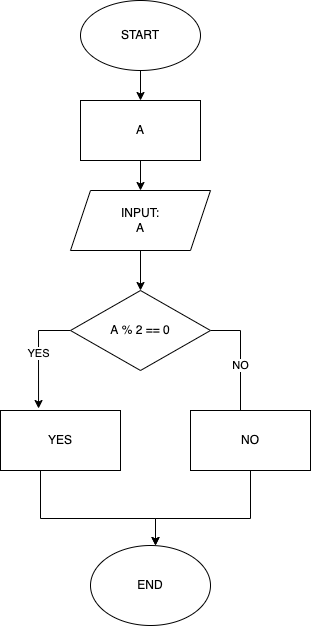
Before: TASK003_S_1/diagram.drawio.png, a diagram exported from draw.io (MarinaArtemyeva/Home_Work_C_Seminar_1). Source tidied: cells renumbered, new cells last; positions are measured from the earlier drawing's top-left corner, leaving out a move shared by most shapes.
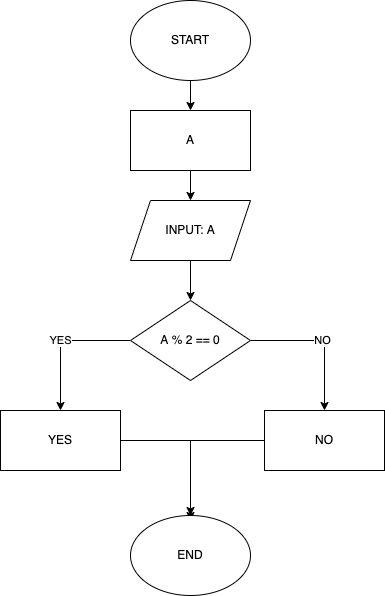
Above is the later version.

Commit message:
Corrected diagram TASK_003_S_1

Change to the diagram source:
```diff
@@ -2,68 +2,49 @@
   <root>
     <mxCell id="0" />
     <mxCell id="1" parent="0" />
-    <mxCell id="2" style="edgeStyle=orthogonalEdgeStyle;rounded=0;jettySize=auto;html=1;" parent="1" edge="1" source="3" target="5">
-      <mxGeometry relative="1" as="geometry" />
-    </mxCell>
+    <mxCell id="15" style="edgeStyle=orthogonalEdgeStyle;rounded=0;jettySize=auto;html=1;" parent="1" edge="1" source="3" target="5">
+      <mxGeometry relative="1" as="geometry" />
+    </mxCell>
     <mxCell id="3" value="START" style="ellipse;whiteSpace=wrap;html=1;" parent="1" vertex="1">
-      <mxGeometry x="80" width="120" height="70" as="geometry" />
+      <mxGeometry x="160" y="-10" width="120" height="80" as="geometry" />
     </mxCell>
-    <mxCell id="4" style="edgeStyle=orthogonalEdgeStyle;rounded=0;jettySize=auto;html=1;entryX=0.5;entryY=0;entryDx=0;entryDy=0;" parent="1" edge="1" source="5" target="7">
+    <mxCell id="4" style="edgeStyle=orthogonalEdgeStyle;rounded=0;jettySize=auto;html=1;" parent="1" edge="1" source="5" target="7">
       <mxGeometry relative="1" as="geometry" />
     </mxCell>
     <mxCell id="5" value="A" style="whiteSpace=wrap;html=1;" parent="1" vertex="1">
-      <mxGeometry x="80" y="100" width="120" height="60" as="geometry" />
+      <mxGeometry x="160" y="100" width="120" height="60" as="geometry" />
     </mxCell>
     <mxCell id="6" style="edgeStyle=orthogonalEdgeStyle;rounded=0;jettySize=auto;html=1;" parent="1" edge="1" source="7" target="10">
       <mxGeometry relative="1" as="geometry" />
     </mxCell>
-    <mxCell id="7" value="INPUT:&lt;br&gt;A" style="shape=parallelogram;perimeter=parallelogramPerimeter;whiteSpace=wrap;html=1;fixedSize=1;" parent="1" vertex="1">
-      <mxGeometry x="70" y="190" width="140" height="60" as="geometry" />
+    <mxCell id="7" value="INPUT: A" style="shape=parallelogram;perimeter=parallelogramPerimeter;whiteSpace=wrap;html=1;fixedSize=1;" parent="1" vertex="1">
+      <mxGeometry x="160" y="190" width="120" height="60" as="geometry" />
     </mxCell>
-    <mxCell id="8" value="YES" style="edgeStyle=orthogonalEdgeStyle;rounded=0;jettySize=auto;html=1;entryX=0.317;entryY=-0.033;entryDx=0;entryDy=0;entryPerimeter=0;" parent="1" edge="1" source="10" target="12">
-      <mxGeometry relative="1" as="geometry">
-        <Array as="points">
-          <mxPoint x="38" y="330" />
-        </Array>
-      </mxGeometry>
-    </mxCell>
+    <mxCell id="16" value="YES" style="edgeStyle=orthogonalEdgeStyle;rounded=0;jettySize=auto;html=1;" parent="1" edge="1" source="10" target="18">
+      <mxGeometry relative="1" as="geometry" />
+    </mxCell>
-    <mxCell id="9" value="NO" style="edgeStyle=orthogonalEdgeStyle;rounded=0;jettySize=auto;html=1;" parent="1" edge="1" source="10">
-      <mxGeometry relative="1" as="geometry">
-        <mxPoint x="240" y="430" as="targetPoint" />
-        <Array as="points">
-          <mxPoint x="240" y="330" />
-        </Array>
-      </mxGeometry>
+    <mxCell id="9" value="NO" style="edgeStyle=orthogonalEdgeStyle;rounded=0;jettySize=auto;html=1;" parent="1" edge="1" source="10" target="14">
+      <mxGeometry relative="1" as="geometry" />
     </mxCell>
     <mxCell id="10" value="A % 2 == 0" style="rhombus;whiteSpace=wrap;html=1;" parent="1" vertex="1">
-      <mxGeometry x="70" y="290" width="140" height="80" as="geometry" />
+      <mxGeometry x="160" y="290" width="120" height="80" as="geometry" />
     </mxCell>
-    <mxCell id="11" style="edgeStyle=orthogonalEdgeStyle;rounded=0;jettySize=auto;html=1;entryX=0.5;entryY=0;entryDx=0;entryDy=0;" parent="1" edge="1" source="12">
-      <mxGeometry relative="1" as="geometry">
-        <mxPoint x="155" y="545" as="targetPoint" />
-        <Array as="points">
-          <mxPoint x="40" y="518" />
-          <mxPoint x="155" y="518" />
-        </Array>
-      </mxGeometry>
-    </mxCell>
-    <mxCell id="12" value="YES" style="rounded=0;whiteSpace=wrap;html=1;" parent="1" vertex="1">
-      <mxGeometry y="410" width="120" height="60" as="geometry" />
-    </mxCell>
-    <mxCell id="13" style="edgeStyle=orthogonalEdgeStyle;rounded=0;jettySize=auto;html=1;entryX=0.5;entryY=0;entryDx=0;entryDy=0;" parent="1" edge="1" source="14">
-      <mxGeometry relative="1" as="geometry">
-        <mxPoint x="155" y="545" as="targetPoint" />
-        <Array as="points">
-          <mxPoint x="250" y="518" />
-          <mxPoint x="155" y="518" />
-        </Array>
-      </mxGeometry>
-    </mxCell>
+    <mxCell id="17" style="edgeStyle=orthogonalEdgeStyle;rounded=0;jettySize=auto;html=1;" parent="1" edge="1" source="18" target="20">
+      <mxGeometry relative="1" as="geometry" />
+    </mxCell>
+    <mxCell id="18" value="YES" style="whiteSpace=wrap;html=1;" parent="1" vertex="1">
+      <mxGeometry x="30" y="400" width="120" height="60" as="geometry" />
+    </mxCell>
+    <mxCell id="19" style="edgeStyle=orthogonalEdgeStyle;rounded=0;jettySize=auto;html=1;" parent="1" edge="1" source="14">
+      <mxGeometry relative="1" as="geometry">
+        <mxPoint x="220" y="510" as="targetPoint" />
+      </mxGeometry>
+    </mxCell>
-    <mxCell id="14" value="NO" style="rounded=0;whiteSpace=wrap;html=1;" parent="1" vertex="1">
-      <mxGeometry x="190" y="410" width="120" height="60" as="geometry" />
+    <mxCell id="14" value="NO" style="whiteSpace=wrap;html=1;" parent="1" vertex="1">
+      <mxGeometry x="294" y="400" width="120" height="60" as="geometry" />
     </mxCell>
-    <mxCell id="15" value="END" style="ellipse;whiteSpace=wrap;html=1;" parent="1" vertex="1">
-      <mxGeometry x="90" y="545" width="120" height="80" as="geometry" />
-    </mxCell>
+    <mxCell id="20" value="END" style="ellipse;whiteSpace=wrap;html=1;" parent="1" vertex="1">
+      <mxGeometry x="160" y="505" width="120" height="80" as="geometry" />
+    </mxCell>
   </root>
 </mxGraphModel>
```
